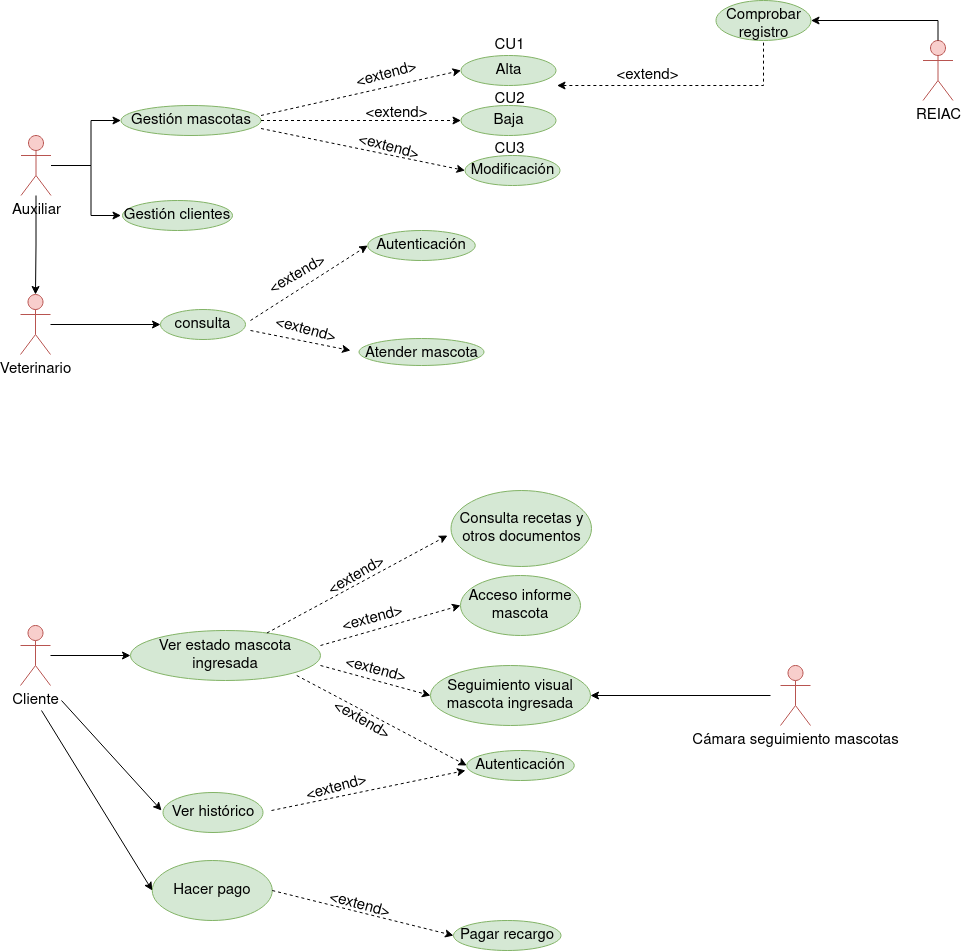
colidom/ets keeps this draw.io diagram as Tareas/casosUso/Tarea1/img/ClinicaVeterinaria.drawio.png. Above is the earlier version. Source tidied: cells renumbered, new cells last; positions are measured from the earlier drawing's top-left corner, leaving out a move shared by most shapes.
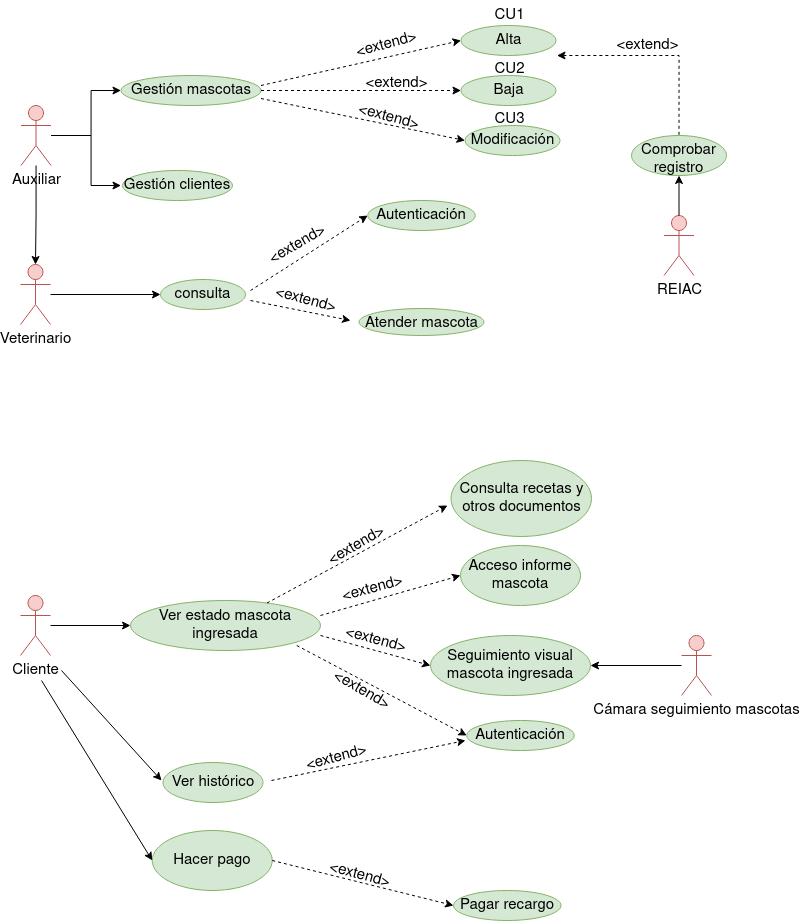
After the commit.

What changed in the source:
```diff
@@ -40,13 +40,13 @@
       <mxGeometry x="440.5" y="55" width="95" height="30" as="geometry" />
     </mxCell>
     <mxCell id="12" value="REIAC" style="shape=umlActor;verticalLabelPosition=bottom;verticalAlign=top;html=1;outlineConnect=0;strokeColor=#b85450;fontSize=15;fillColor=#f8cecc;" parent="1" vertex="1">
-      <mxGeometry x="902.5" y="40" width="30" height="60" as="geometry" />
+      <mxGeometry x="643.5" y="245" width="30" height="60" as="geometry" />
     </mxCell>
     <mxCell id="13" style="edgeStyle=orthogonalEdgeStyle;rounded=0;jettySize=auto;html=1;fontSize=13;endArrow=none;endFill=0;startArrow=classic;startFill=1;entryX=0.5;entryY=0;entryDx=0;entryDy=0;entryPerimeter=0;" parent="1" edge="1" source="14" target="12">
       <mxGeometry relative="1" as="geometry" />
     </mxCell>
     <mxCell id="14" value="Comprobar registro" style="ellipse;whiteSpace=wrap;html=1;verticalAlign=top;fillColor=#d5e8d4;strokeColor=#82b366;fontSize=15;" parent="1" vertex="1">
-      <mxGeometry x="695.5" width="95" height="40" as="geometry" />
+      <mxGeometry x="611" y="165" width="95" height="40" as="geometry" />
     </mxCell>
     <mxCell id="15" value="&lt;font style=&quot;font-size: 15px;&quot;&gt;Gestión mascotas&lt;/font&gt;" style="ellipse;whiteSpace=wrap;html=1;verticalAlign=top;fillColor=#d5e8d4;strokeColor=#82b366;" parent="1" vertex="1">
       <mxGeometry x="100.5" y="105" width="140" height="30" as="geometry" />
@@ -148,13 +148,8 @@
     <mxCell id="42" value="&lt;font style=&quot;font-size: 15px;&quot;&gt;&amp;lt;extend&amp;gt;&lt;/font&gt;" style="text;html=1;align=center;verticalAlign=middle;strokeColor=none;fillColor=none;fontSize=15;rotation=15;" parent="1" vertex="1">
       <mxGeometry x="310" y="655" width="90" height="30" as="geometry" />
     </mxCell>
-    <mxCell id="43" value="Cámara seguimiento mascotas" style="shape=umlActor;verticalLabelPosition=bottom;verticalAlign=top;html=1;outlineConnect=0;fillColor=#f8cecc;strokeColor=#b85450;fontSize=15;" parent="1" vertex="1">
-      <mxGeometry x="760" y="665" width="30" height="60" as="geometry" />
-    </mxCell>
-    <mxCell id="44" style="endArrow=classic;html=1;rounded=0;fontSize=15;entryX=1;entryY=0.5;entryDx=0;entryDy=0;" parent="1" edge="1" target="38">
-      <mxGeometry relative="1" as="geometry">
-        <mxPoint x="750" y="695" as="sourcePoint" />
-      </mxGeometry>
+    <mxCell id="44" style="endArrow=classic;html=1;rounded=0;fontSize=15;entryX=1;entryY=0.5;entryDx=0;entryDy=0;startArrow=none;" parent="1" edge="1" source="43" target="38">
+      <mxGeometry relative="1" as="geometry" />
     </mxCell>
     <mxCell id="45" value="Autenticación" style="ellipse;whiteSpace=wrap;html=1;fontSize=15;verticalAlign=top;fillColor=#d5e8d4;strokeColor=#82b366;" parent="1" vertex="1">
       <mxGeometry x="446.2" y="750" width="107.5" height="30" as="geometry" />
@@ -213,5 +208,8 @@
     <mxCell id="59" value="&lt;font style=&quot;font-size: 15px;&quot;&gt;&amp;lt;extend&amp;gt;&lt;/font&gt;" style="text;html=1;align=center;verticalAlign=middle;strokeColor=none;fillColor=none;fontSize=15;rotation=-15;" parent="1" vertex="1">
       <mxGeometry x="271" y="773" width="90" height="30" as="geometry" />
     </mxCell>
+    <mxCell id="43" value="Cámara seguimiento mascotas" style="shape=umlActor;verticalLabelPosition=bottom;verticalAlign=top;html=1;outlineConnect=0;fillColor=#f8cecc;strokeColor=#b85450;fontSize=15;" parent="1" vertex="1">
+      <mxGeometry x="661" y="665" width="30" height="60" as="geometry" />
+    </mxCell>
   </root>
 </mxGraphModel>
```
